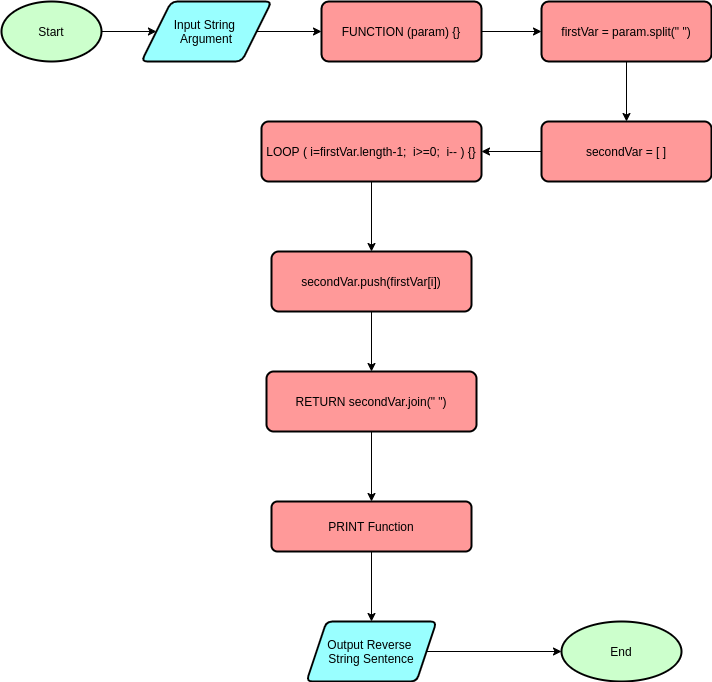
The draw.io diagram Flowchart/3_reverseWordsPosition.png in ferdianfh/algorithm-and-flowchart, before a commit. Source tidied: cells renumbered, new cells last; positions are measured from the earlier drawing's top-left corner, leaving out a move shared by most shapes. Source of this version:
```xml
<mxGraphModel>
  <root>
    <mxCell id="0" />
    <mxCell id="1" parent="0" />
    <mxCell id="2" style="edgeStyle=orthogonalEdgeStyle;rounded=0;jettySize=auto;html=1;" parent="1" edge="1" source="3" target="5">
      <mxGeometry relative="1" as="geometry" />
    </mxCell>
    <mxCell id="3" value="Start" style="strokeWidth=2;html=1;shape=mxgraph.flowchart.start_1;whiteSpace=wrap;fillColor=#CCFFCC;" parent="1" vertex="1">
      <mxGeometry width="100" height="60" as="geometry" />
    </mxCell>
    <mxCell id="4" style="edgeStyle=orthogonalEdgeStyle;rounded=0;jettySize=auto;html=1;" parent="1" edge="1" source="5" target="7">
      <mxGeometry relative="1" as="geometry" />
    </mxCell>
    <mxCell id="5" value="Input String &lt;br&gt;Argument" style="shape=parallelogram;html=1;strokeWidth=2;perimeter=parallelogramPerimeter;whiteSpace=wrap;rounded=1;arcSize=12;size=0.23;fillColor=#99FFFF;" parent="1" vertex="1">
      <mxGeometry x="140" width="130" height="60" as="geometry" />
    </mxCell>
    <mxCell id="6" style="edgeStyle=orthogonalEdgeStyle;rounded=0;jettySize=auto;html=1;" parent="1" edge="1" source="7" target="14">
      <mxGeometry relative="1" as="geometry" />
    </mxCell>
    <mxCell id="7" value="&lt;div style=&quot;text-align: left&quot;&gt;&lt;span&gt;FUNCTION (param) {&lt;/span&gt;&lt;span&gt;}&lt;/span&gt;&lt;/div&gt;" style="whiteSpace=wrap;html=1;rounded=1;strokeWidth=2;arcSize=12;fillColor=#FF9999;" parent="1" vertex="1">
      <mxGeometry x="320" width="160" height="60" as="geometry" />
    </mxCell>
    <mxCell id="8" style="edgeStyle=orthogonalEdgeStyle;rounded=0;jettySize=auto;html=1;" parent="1" edge="1" source="9" target="11">
      <mxGeometry relative="1" as="geometry" />
    </mxCell>
    <mxCell id="9" value="PRINT Function" style="whiteSpace=wrap;html=1;rounded=1;strokeWidth=2;arcSize=12;fillColor=#FF9999;" parent="1" vertex="1">
      <mxGeometry x="270" y="500" width="200" height="50" as="geometry" />
    </mxCell>
    <mxCell id="10" style="edgeStyle=orthogonalEdgeStyle;rounded=0;jettySize=auto;html=1;" parent="1" edge="1" source="11" target="12">
      <mxGeometry relative="1" as="geometry" />
    </mxCell>
    <mxCell id="11" value="Output Reverse &lt;br&gt;String Sentence" style="shape=parallelogram;perimeter=parallelogramPerimeter;whiteSpace=wrap;html=1;fixedSize=1;rounded=1;strokeWidth=2;arcSize=12;fillColor=#99FFFF;" parent="1" vertex="1">
      <mxGeometry x="305" y="620" width="130" height="60" as="geometry" />
    </mxCell>
    <mxCell id="12" value="End" style="ellipse;whiteSpace=wrap;html=1;rounded=1;strokeWidth=2;arcSize=12;fillColor=#CCFFCC;" parent="1" vertex="1">
      <mxGeometry x="560" y="620" width="120" height="60" as="geometry" />
    </mxCell>
    <mxCell id="13" style="edgeStyle=orthogonalEdgeStyle;rounded=0;jettySize=auto;html=1;" parent="1" edge="1" source="14" target="16">
      <mxGeometry relative="1" as="geometry" />
    </mxCell>
    <mxCell id="14" value="firstVar = param.split(&quot; &quot;)" style="whiteSpace=wrap;html=1;rounded=1;strokeWidth=2;fillColor=#FF9999;arcSize=12;" parent="1" vertex="1">
      <mxGeometry x="540" width="170" height="60" as="geometry" />
    </mxCell>
    <mxCell id="15" style="edgeStyle=orthogonalEdgeStyle;rounded=0;jettySize=auto;html=1;" parent="1" edge="1" source="16" target="18">
      <mxGeometry relative="1" as="geometry" />
    </mxCell>
    <mxCell id="16" value="secondVar = [ ]" style="whiteSpace=wrap;html=1;rounded=1;strokeWidth=2;fillColor=#FF9999;arcSize=12;" parent="1" vertex="1">
      <mxGeometry x="540" y="120" width="170" height="60" as="geometry" />
    </mxCell>
    <mxCell id="17" style="edgeStyle=orthogonalEdgeStyle;rounded=0;jettySize=auto;html=1;" parent="1" edge="1" source="18" target="20">
      <mxGeometry relative="1" as="geometry" />
    </mxCell>
    <mxCell id="18" value="&lt;span style=&quot;text-align: left&quot;&gt;LOOP ( i=firstVar.length-1;&amp;nbsp; i&amp;gt;=0;&amp;nbsp; i-- ) {&lt;/span&gt;&lt;span style=&quot;text-align: left&quot;&gt;}&lt;/span&gt;" style="whiteSpace=wrap;html=1;rounded=1;strokeWidth=2;fillColor=#FF9999;arcSize=12;" parent="1" vertex="1">
      <mxGeometry x="260" y="120" width="220" height="60" as="geometry" />
    </mxCell>
    <mxCell id="19" style="edgeStyle=orthogonalEdgeStyle;rounded=0;jettySize=auto;html=1;" parent="1" edge="1" source="20" target="22">
      <mxGeometry relative="1" as="geometry" />
    </mxCell>
    <mxCell id="20" value="secondVar.push(firstVar[i])" style="rounded=1;whiteSpace=wrap;html=1;strokeWidth=2;fillColor=#FF9999;arcSize=12;" parent="1" vertex="1">
      <mxGeometry x="270" y="250" width="200" height="60" as="geometry" />
    </mxCell>
    <mxCell id="21" style="edgeStyle=orthogonalEdgeStyle;rounded=0;jettySize=auto;html=1;" parent="1" edge="1" source="22" target="9">
      <mxGeometry relative="1" as="geometry" />
    </mxCell>
    <mxCell id="22" value="RETURN secondVar.join(&quot; &quot;)" style="rounded=1;whiteSpace=wrap;html=1;strokeWidth=2;fillColor=#FF9999;arcSize=12;" parent="1" vertex="1">
      <mxGeometry x="265" y="370" width="210" height="60" as="geometry" />
    </mxCell>
  </root>
</mxGraphModel>
```
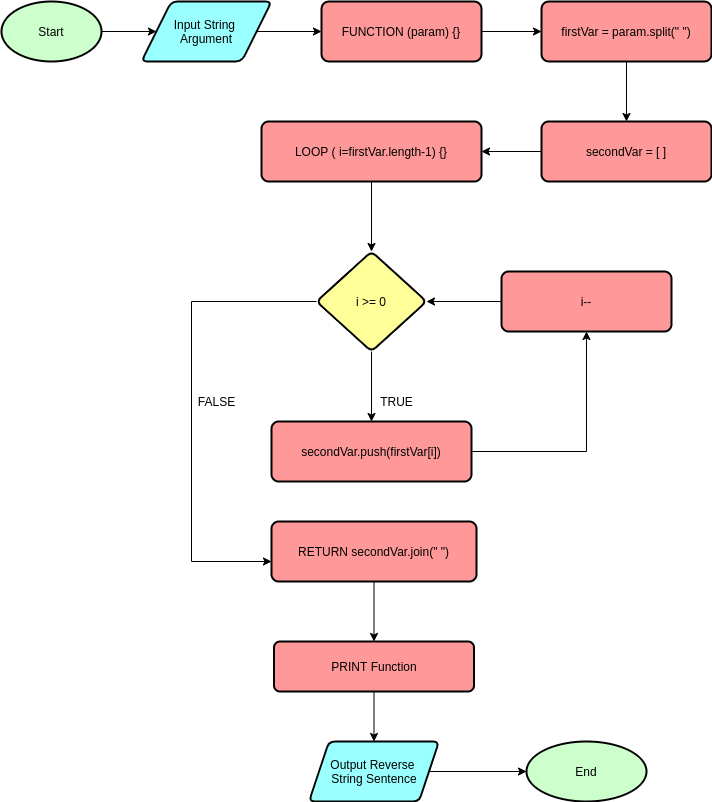
Above is the later version.

The edit, as a diff of the source:
```diff
@@ -24,16 +24,16 @@
       <mxGeometry relative="1" as="geometry" />
     </mxCell>
     <mxCell id="9" value="PRINT Function" style="whiteSpace=wrap;html=1;rounded=1;strokeWidth=2;arcSize=12;fillColor=#FF9999;" parent="1" vertex="1">
-      <mxGeometry x="270" y="500" width="200" height="50" as="geometry" />
+      <mxGeometry x="272.5" y="640" width="200" height="50" as="geometry" />
     </mxCell>
     <mxCell id="10" style="edgeStyle=orthogonalEdgeStyle;rounded=0;jettySize=auto;html=1;" parent="1" edge="1" source="11" target="12">
       <mxGeometry relative="1" as="geometry" />
     </mxCell>
     <mxCell id="11" value="Output Reverse &lt;br&gt;String Sentence" style="shape=parallelogram;perimeter=parallelogramPerimeter;whiteSpace=wrap;html=1;fixedSize=1;rounded=1;strokeWidth=2;arcSize=12;fillColor=#99FFFF;" parent="1" vertex="1">
-      <mxGeometry x="305" y="620" width="130" height="60" as="geometry" />
+      <mxGeometry x="307.5" y="740" width="130" height="60" as="geometry" />
     </mxCell>
     <mxCell id="12" value="End" style="ellipse;whiteSpace=wrap;html=1;rounded=1;strokeWidth=2;arcSize=12;fillColor=#CCFFCC;" parent="1" vertex="1">
-      <mxGeometry x="560" y="620" width="120" height="60" as="geometry" />
+      <mxGeometry x="525" y="740" width="120" height="60" as="geometry" />
     </mxCell>
     <mxCell id="13" style="edgeStyle=orthogonalEdgeStyle;rounded=0;jettySize=auto;html=1;" parent="1" edge="1" source="14" target="16">
       <mxGeometry relative="1" as="geometry" />
@@ -47,23 +47,49 @@
     <mxCell id="16" value="secondVar = [ ]" style="whiteSpace=wrap;html=1;rounded=1;strokeWidth=2;fillColor=#FF9999;arcSize=12;" parent="1" vertex="1">
       <mxGeometry x="540" y="120" width="170" height="60" as="geometry" />
     </mxCell>
-    <mxCell id="17" style="edgeStyle=orthogonalEdgeStyle;rounded=0;jettySize=auto;html=1;" parent="1" edge="1" source="18" target="20">
-      <mxGeometry relative="1" as="geometry" />
-    </mxCell>
+    <mxCell id="23" style="edgeStyle=orthogonalEdgeStyle;rounded=0;jettySize=auto;html=1;" parent="1" edge="1" source="18" target="27">
+      <mxGeometry relative="1" as="geometry" />
+    </mxCell>
-    <mxCell id="18" value="&lt;span style=&quot;text-align: left&quot;&gt;LOOP ( i=firstVar.length-1;&amp;nbsp; i&amp;gt;=0;&amp;nbsp; i-- ) {&lt;/span&gt;&lt;span style=&quot;text-align: left&quot;&gt;}&lt;/span&gt;" style="whiteSpace=wrap;html=1;rounded=1;strokeWidth=2;fillColor=#FF9999;arcSize=12;" parent="1" vertex="1">
+    <mxCell id="18" value="&lt;span style=&quot;text-align: left&quot;&gt;LOOP ( i=firstVar.length-1) {&lt;/span&gt;&lt;span style=&quot;text-align: left&quot;&gt;}&lt;/span&gt;" style="whiteSpace=wrap;html=1;rounded=1;strokeWidth=2;fillColor=#FF9999;arcSize=12;" parent="1" vertex="1">
       <mxGeometry x="260" y="120" width="220" height="60" as="geometry" />
     </mxCell>
-    <mxCell id="19" style="edgeStyle=orthogonalEdgeStyle;rounded=0;jettySize=auto;html=1;" parent="1" edge="1" source="20" target="22">
-      <mxGeometry relative="1" as="geometry" />
-    </mxCell>
+    <mxCell id="24" style="edgeStyle=orthogonalEdgeStyle;rounded=0;jettySize=auto;html=1;" parent="1" edge="1" source="20" target="29">
+      <mxGeometry relative="1" as="geometry" />
+    </mxCell>
     <mxCell id="20" value="secondVar.push(firstVar[i])" style="rounded=1;whiteSpace=wrap;html=1;strokeWidth=2;fillColor=#FF9999;arcSize=12;" parent="1" vertex="1">
-      <mxGeometry x="270" y="250" width="200" height="60" as="geometry" />
+      <mxGeometry x="270" y="420" width="200" height="60" as="geometry" />
     </mxCell>
     <mxCell id="21" style="edgeStyle=orthogonalEdgeStyle;rounded=0;jettySize=auto;html=1;" parent="1" edge="1" source="22" target="9">
       <mxGeometry relative="1" as="geometry" />
     </mxCell>
     <mxCell id="22" value="RETURN secondVar.join(&quot; &quot;)" style="rounded=1;whiteSpace=wrap;html=1;strokeWidth=2;fillColor=#FF9999;arcSize=12;" parent="1" vertex="1">
-      <mxGeometry x="265" y="370" width="210" height="60" as="geometry" />
+      <mxGeometry x="270" y="520" width="205" height="60" as="geometry" />
     </mxCell>
+    <mxCell id="25" style="edgeStyle=orthogonalEdgeStyle;rounded=0;jettySize=auto;html=1;" parent="1" edge="1" source="27" target="20">
+      <mxGeometry relative="1" as="geometry" />
+    </mxCell>
+    <mxCell id="26" style="edgeStyle=orthogonalEdgeStyle;rounded=0;jettySize=auto;html=1;" parent="1" edge="1" source="27" target="22">
+      <mxGeometry relative="1" as="geometry">
+        <Array as="points">
+          <mxPoint x="190" y="300" />
+          <mxPoint x="190" y="560" />
+        </Array>
+      </mxGeometry>
+    </mxCell>
+    <mxCell id="27" value="i &amp;gt;= 0" style="rhombus;whiteSpace=wrap;html=1;rounded=1;strokeWidth=2;fillColor=#FFFF99;arcSize=12;" parent="1" vertex="1">
+      <mxGeometry x="315" y="250" width="110" height="100" as="geometry" />
+    </mxCell>
+    <mxCell id="28" style="edgeStyle=orthogonalEdgeStyle;rounded=0;jettySize=auto;html=1;" parent="1" edge="1" source="29" target="27">
+      <mxGeometry relative="1" as="geometry" />
+    </mxCell>
+    <mxCell id="29" value="i--" style="whiteSpace=wrap;html=1;rounded=1;strokeWidth=2;fillColor=#FF9999;arcSize=12;" parent="1" vertex="1">
+      <mxGeometry x="500" y="270" width="170" height="60" as="geometry" />
+    </mxCell>
+    <mxCell id="30" value="TRUE" style="text;html=1;align=center;verticalAlign=middle;strokeColor=none;fillColor=none;" parent="1" vertex="1">
+      <mxGeometry x="370" y="390" width="50" height="20" as="geometry" />
+    </mxCell>
+    <mxCell id="31" value="FALSE" style="text;html=1;align=center;verticalAlign=middle;strokeColor=none;fillColor=none;" parent="1" vertex="1">
+      <mxGeometry x="190" y="390" width="50" height="20" as="geometry" />
+    </mxCell>
   </root>
 </mxGraphModel>
```
